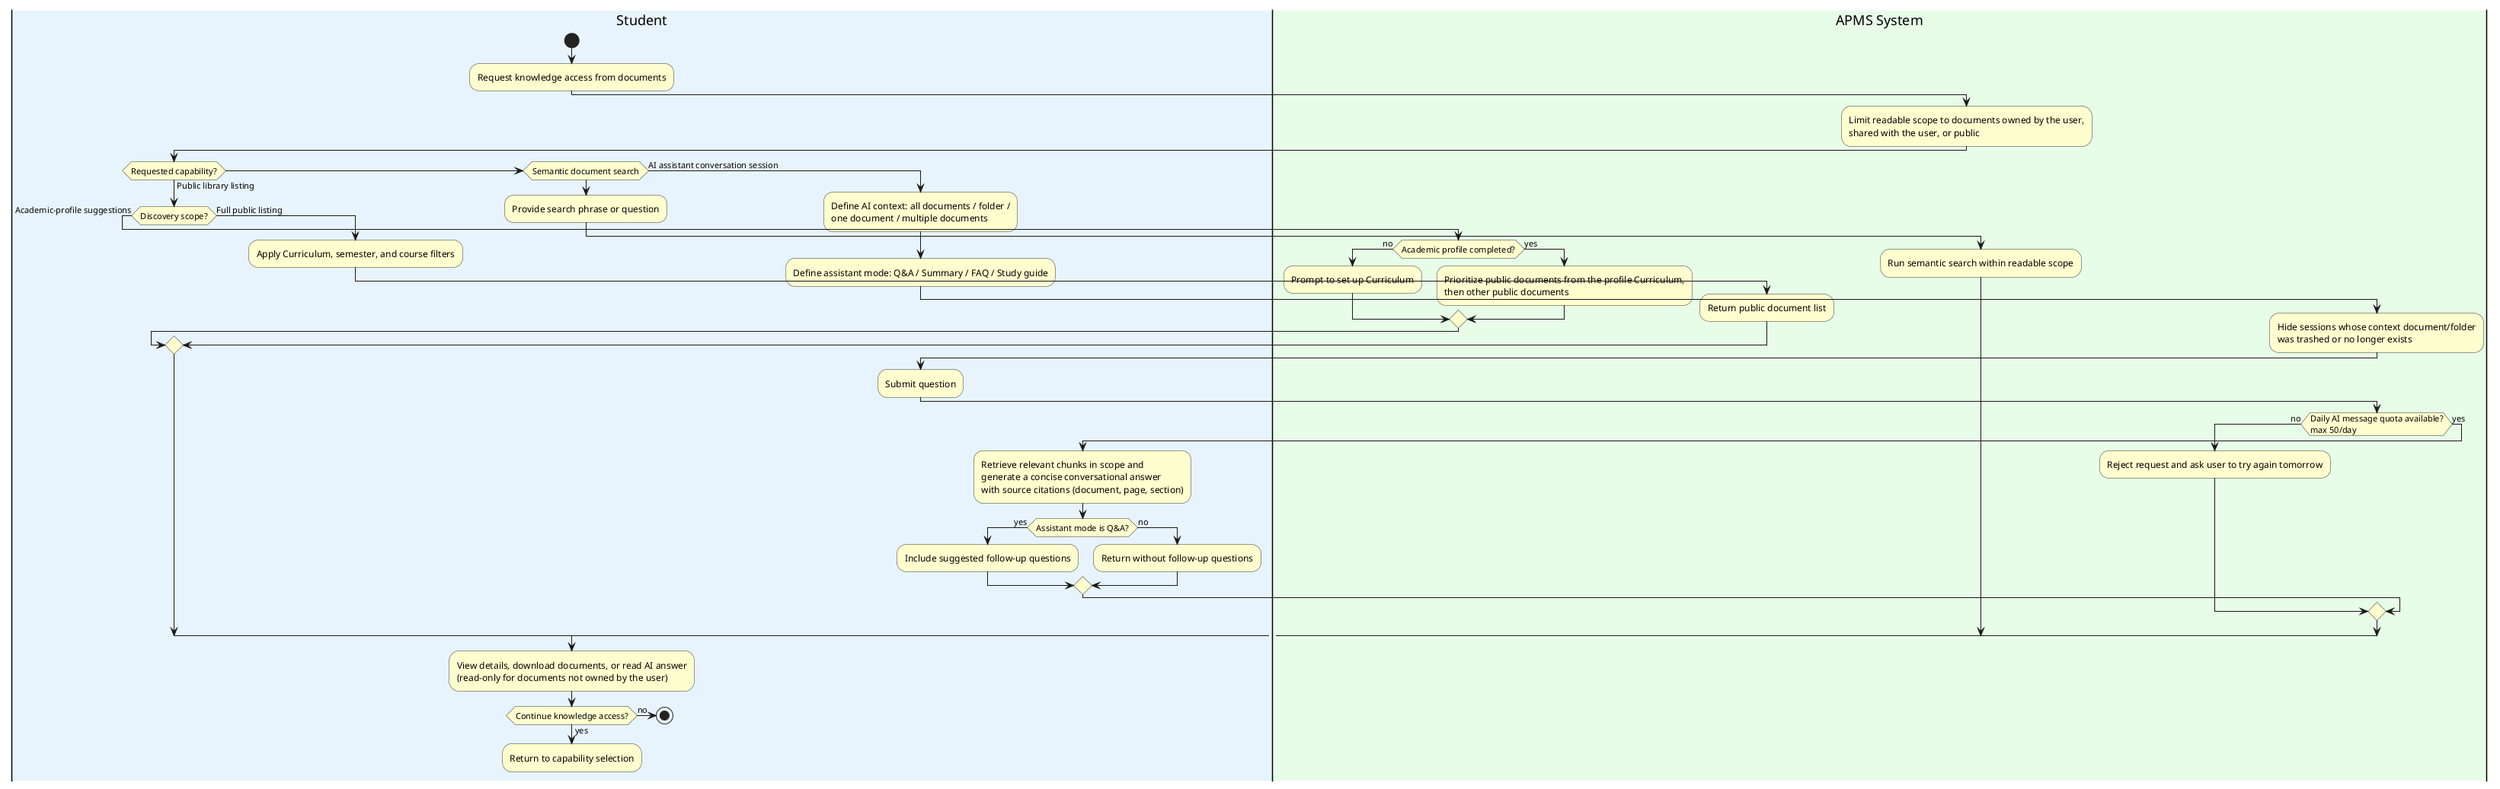
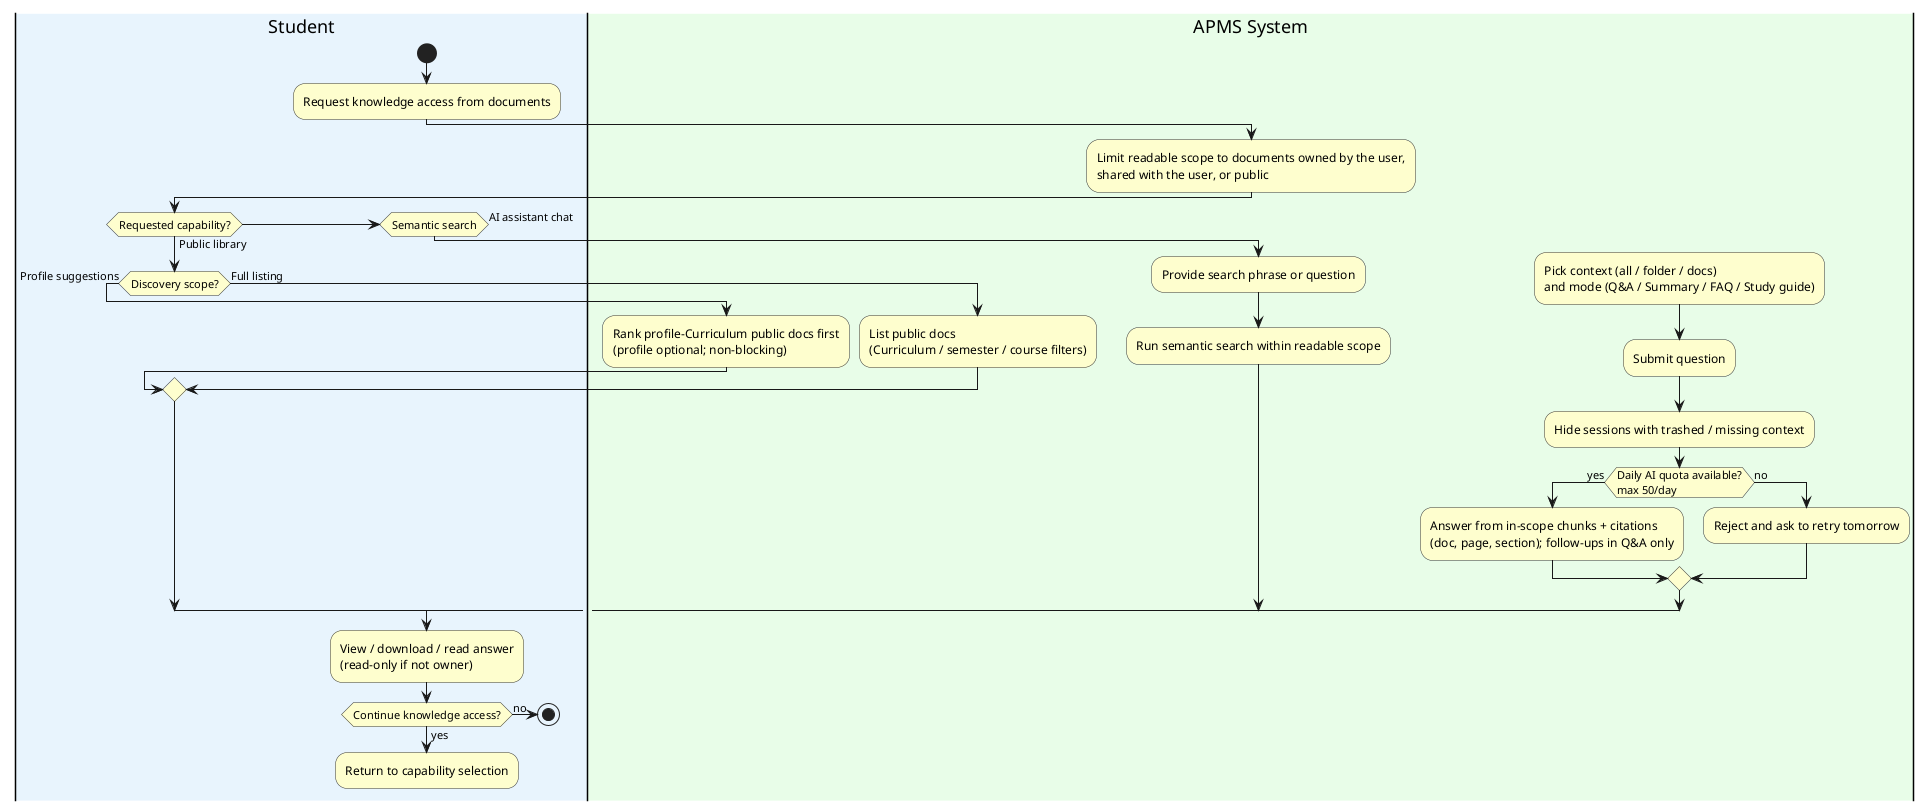
@startuml APMS_Activity3_Knowledge
skinparam swimlane {
  WrapTitle false
}
skinparam activity {
  BackgroundColor #FEFECE
  BorderColor #333333
}

|#E8F4FD|Student|
start
:Request knowledge access from documents;

|#E8FDE8|APMS System|
:Limit readable scope to documents owned by the user,\nshared with the user, or public;

|Student|
- if (Requested capability?) then (Public library listing)
-   if (Discovery scope?) then (Academic-profile suggestions)
+ if (Requested capability?) then (Public library)
+   if (Discovery scope?) then (Profile suggestions)
    |APMS System|
-     if (Academic profile completed?) then (no)
-       :Prompt to set up Curriculum;
-     else (yes)
-       :Prioritize public documents from the profile Curriculum,\nthen other public documents;
-     endif
-     |Student|
-   else (Full public listing)
-     :Apply Curriculum, semester, and course filters;
+     :Rank profile-Curriculum public docs first\n(profile optional; non-blocking);
+   else (Full listing)
    |APMS System|
-     :Return public document list;
-     |Student|
+     :List public docs\n(Curriculum / semester / course filters);
  endif
- 
- elseif (Semantic document search) then
+ elseif (Semantic search) then
  :Provide search phrase or question;
  |APMS System|
  :Run semantic search within readable scope;
-   |Student|
- 
- else (AI assistant conversation session)
-   :Define AI context: all documents / folder /\none document / multiple documents;
-   :Define assistant mode: Q&A / Summary / FAQ / Study guide;
-   |APMS System|
-   :Hide sessions whose context document/folder\nwas trashed or no longer exists;
-   |Student|
+ else (AI assistant chat)
+   :Pick context (all / folder / docs)\nand mode (Q&A / Summary / FAQ / Study guide);
  :Submit question;
  |APMS System|
-   if (Daily AI message quota available?\nmax 50/day) then (no)
-     :Reject request and ask user to try again tomorrow;
-     |Student|
-   else (yes)
-     :Retrieve relevant chunks in scope and\ngenerate a concise conversational answer\nwith source citations (document, page, section);
-     if (Assistant mode is Q&A?) then (yes)
-       :Include suggested follow-up questions;
-     else (no)
-       :Return without follow-up questions;
-     endif
-     |Student|
+   :Hide sessions with trashed / missing context;
+   if (Daily AI quota available?\nmax 50/day) then (yes)
+     :Answer from in-scope chunks + citations\n(doc, page, section); follow-ups in Q&A only;
+   else (no)
+     :Reject and ask to retry tomorrow;
  endif
endif

- :View details, download documents, or read AI answer\n(read-only for documents not owned by the user);
+ |Student|
+ :View / download / read answer\n(read-only if not owner);

if (Continue knowledge access?) then (yes)
  :Return to capability selection;
  detach
else (no)
  stop
endif

@enduml
